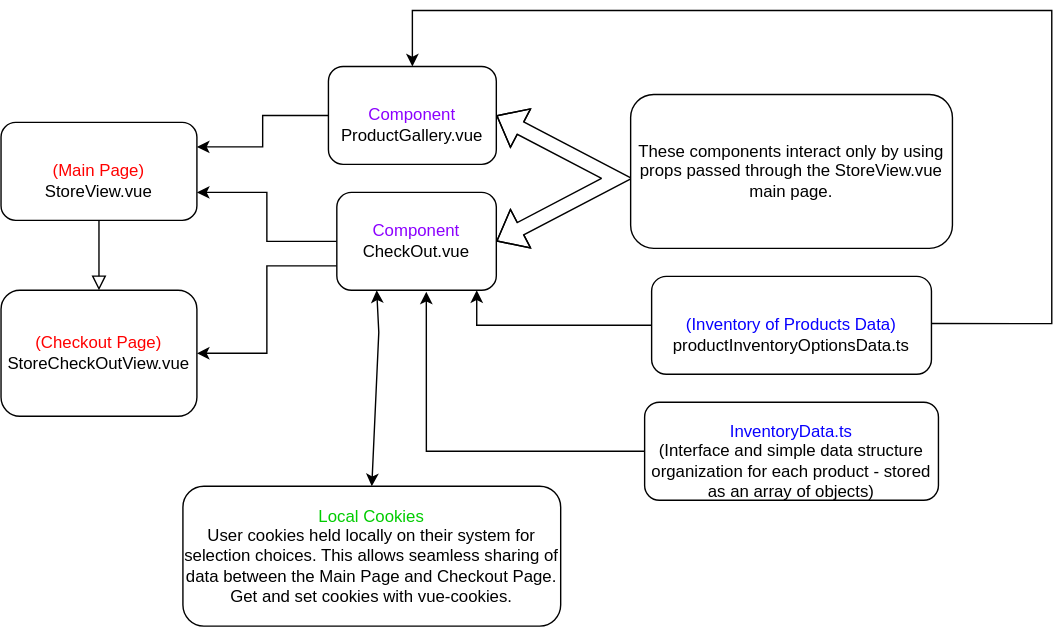
This is src/images/store/project_diagram.svg from conrizzo/conradswebsite, a draw.io export, as it was before one commit. Source tidied: cells renumbered, new cells last; positions are measured from the earlier drawing's top-left corner, leaving out a move shared by most shapes.
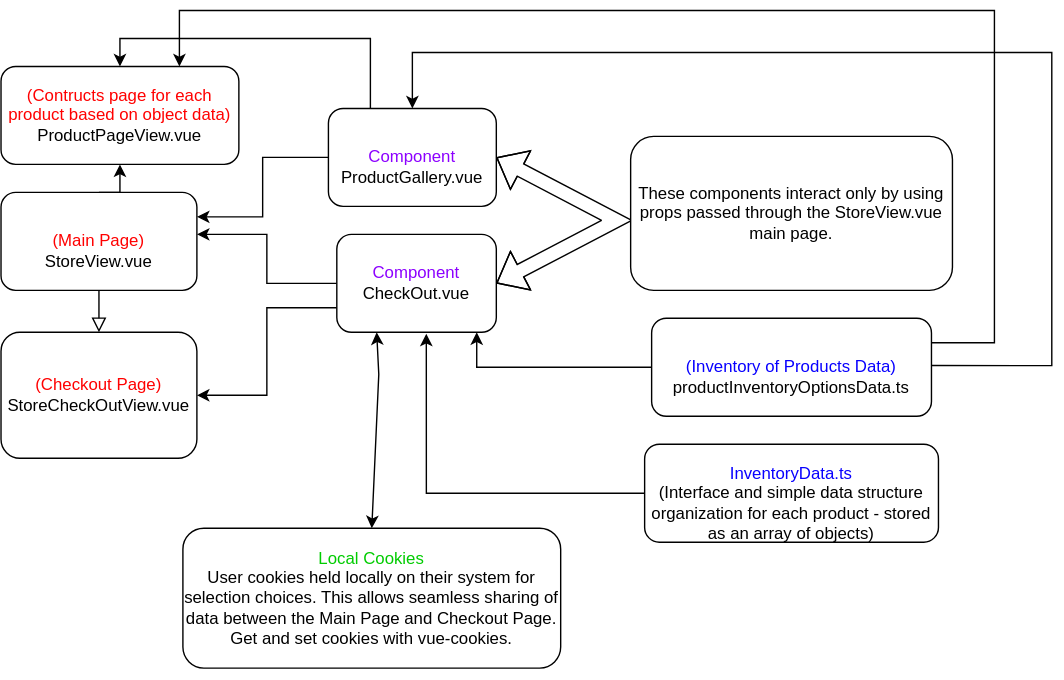
After the commit.

Commit message:
change header home icon to real svg lines, better design, more space bottom of cart, update diagram

Change to the diagram source:
```diff
@@ -7,8 +7,11 @@
         <mxPoint x="70" y="200" as="targetPoint" />
       </mxGeometry>
     </mxCell>
+    <mxCell id="22" style="edgeStyle=orthogonalEdgeStyle;rounded=0;jettySize=auto;html=1;exitX=0.5;exitY=0;exitDx=0;exitDy=0;entryX=0.5;entryY=1;entryDx=0;entryDy=0;" parent="1" edge="1" source="3" target="25">
+      <mxGeometry relative="1" as="geometry" />
+    </mxCell>
     <mxCell id="3" value="&lt;br&gt;&lt;font color=&quot;#ff0000&quot;&gt;(Main Page)&lt;/font&gt;&lt;br&gt;StoreView.vue&lt;br&gt;" style="rounded=1;whiteSpace=wrap;html=1;fontSize=12;glass=0;strokeWidth=1;shadow=0;" parent="1" vertex="1">
-      <mxGeometry y="80" width="140" height="70" as="geometry" />
+      <mxGeometry y="100" width="140" height="70" as="geometry" />
     </mxCell>
     <mxCell id="4" style="edgeStyle=orthogonalEdgeStyle;rounded=0;jettySize=auto;html=1;" parent="1" edge="1" source="6" target="3">
       <mxGeometry relative="1" as="geometry">
@@ -30,6 +33,9 @@
     <mxCell id="8" style="edgeStyle=orthogonalEdgeStyle;rounded=0;jettySize=auto;html=1;entryX=1;entryY=0.25;entryDx=0;entryDy=0;" parent="1" edge="1" source="9" target="3">
       <mxGeometry relative="1" as="geometry" />
     </mxCell>
+    <mxCell id="23" style="edgeStyle=orthogonalEdgeStyle;rounded=0;jettySize=auto;html=1;exitX=0.25;exitY=0;exitDx=0;exitDy=0;entryX=0.5;entryY=0;entryDx=0;entryDy=0;" parent="1" edge="1" source="9" target="25">
+      <mxGeometry relative="1" as="geometry" />
+    </mxCell>
     <mxCell id="9" value="&lt;br&gt;&lt;font color=&quot;#8c00ff&quot;&gt;Component&lt;br&gt;&lt;/font&gt;ProductGallery.vue" style="rounded=1;whiteSpace=wrap;html=1;fontSize=12;glass=0;strokeWidth=1;shadow=0;" parent="1" vertex="1">
       <mxGeometry x="234" y="40" width="120" height="70" as="geometry" />
     </mxCell>
@@ -64,6 +70,15 @@
         </Array>
       </mxGeometry>
     </mxCell>
+    <mxCell id="24" style="edgeStyle=orthogonalEdgeStyle;rounded=0;jettySize=auto;html=1;exitX=1;exitY=0.25;exitDx=0;exitDy=0;entryX=0.75;entryY=0;entryDx=0;entryDy=0;" parent="1" edge="1" source="15" target="25">
+      <mxGeometry relative="1" as="geometry">
+        <Array as="points">
+          <mxPoint x="710" y="208" />
+          <mxPoint x="710" y="-30" />
+          <mxPoint x="128" y="-30" />
+        </Array>
+      </mxGeometry>
+    </mxCell>
     <mxCell id="15" value="&lt;br&gt;&lt;font color=&quot;#0800ff&quot;&gt;(Inventory of Products Data)&lt;br&gt;&lt;/font&gt;productInventoryOptionsData.ts" style="rounded=1;whiteSpace=wrap;html=1;" parent="1" vertex="1">
       <mxGeometry x="465" y="190" width="200" height="70" as="geometry" />
     </mxCell>
@@ -89,5 +104,8 @@
     <mxCell id="21" style="edgeStyle=orthogonalEdgeStyle;rounded=0;jettySize=auto;html=1;entryX=0.561;entryY=1.014;entryDx=0;entryDy=0;entryPerimeter=0;" parent="1" edge="1" source="12" target="6">
       <mxGeometry relative="1" as="geometry" />
     </mxCell>
+    <mxCell id="25" value="&lt;font color=&quot;#ff0000&quot;&gt;(Contructs page for each product based on object data)&lt;/font&gt;&lt;br&gt;ProductPageView.vue" style="rounded=1;whiteSpace=wrap;html=1;" parent="1" vertex="1">
+      <mxGeometry y="10" width="170" height="70" as="geometry" />
+    </mxCell>
   </root>
 </mxGraphModel>
```
